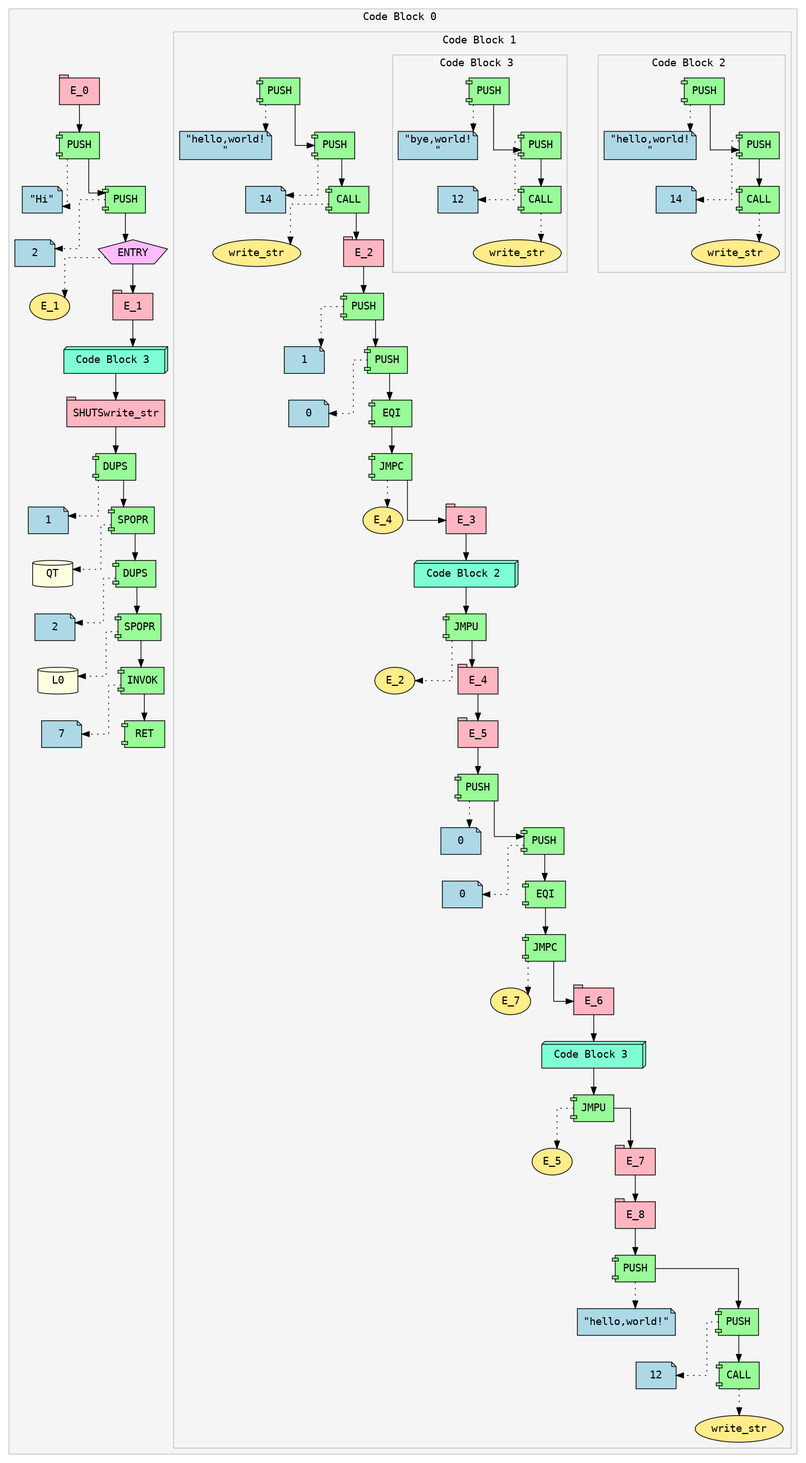
Before: ir.png, a diagram exported from Graphviz (Soham-Metha/IICT_Segfault_2025). Its source is kept beside it as ir.dot.
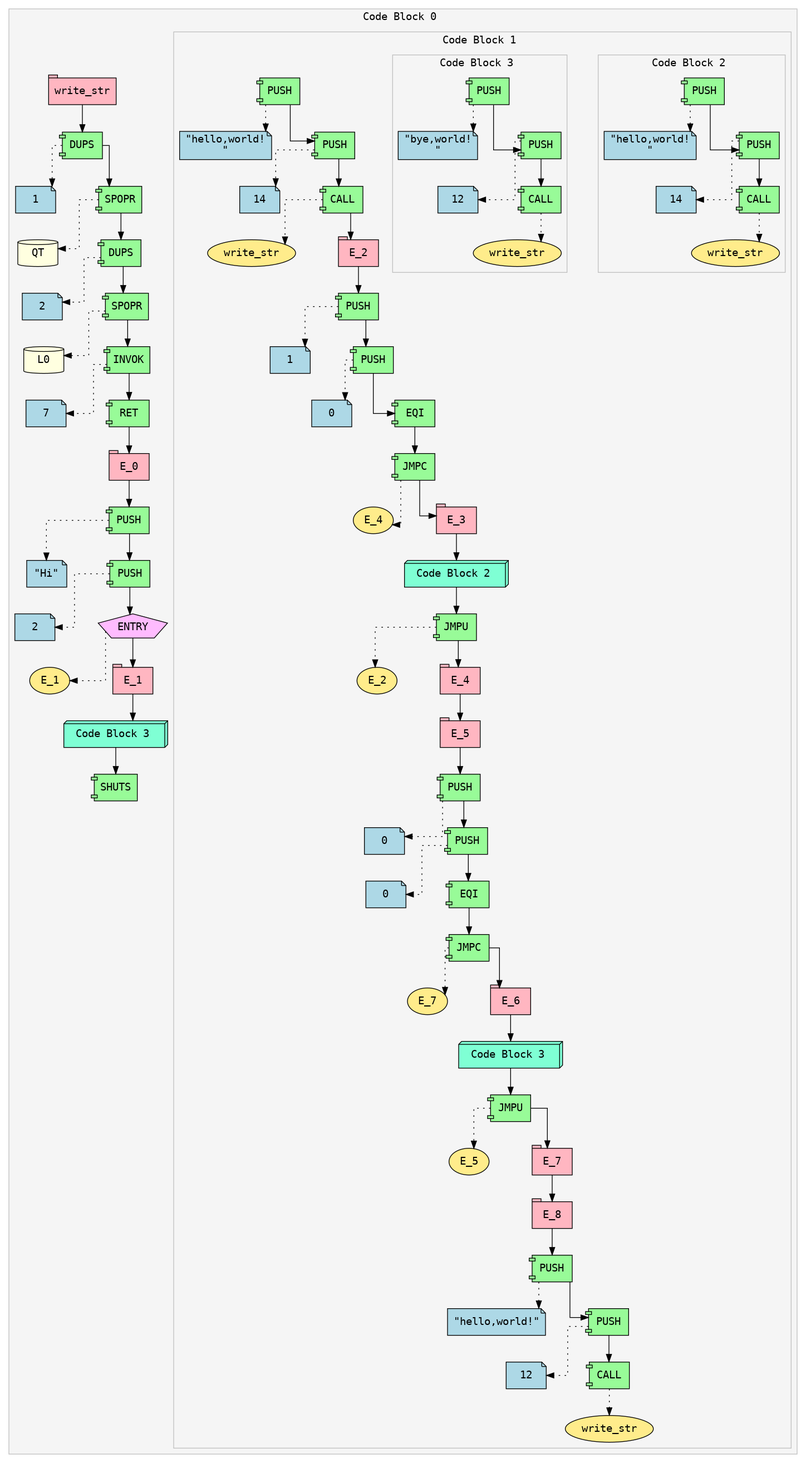
Above is the later version.

The edit, as a diff of the source:
```diff
@@ -8,166 +8,168 @@
 color=gray;
 fillcolor=whitesmoke;
 fontname="Courier";
-Expr_1 [shape=tab style=filled fillcolor=lightpink fontname="Courier" label="E_0"]
-Expr_2 [shape=component style=filled fillcolor=palegreen fontname="Courier" label="PUSH"]
-Expr_3 [shape=note style=filled fillcolor=lightblue fontname="Courier" label="\"Hi\""]
+Expr_1 [shape=tab style=filled fillcolor=lightpink fontname="Courier" label="write_str"]
+Expr_2 [shape=component style=filled fillcolor=palegreen fontname="Courier" label="DUPS"]
+Expr_3 [shape=note style=filled fillcolor=lightblue fontname="Courier" label="1"]
 Expr_2 -> Expr_3 [style=dotted]
 Expr_1 -> Expr_2;
-Expr_4 [shape=component style=filled fillcolor=palegreen fontname="Courier" label="PUSH"]
-Expr_5 [shape=note style=filled fillcolor=lightblue fontname="Courier" label="2"]
+Expr_4 [shape=component style=filled fillcolor=palegreen fontname="Courier" label="SPOPR"]
+Expr_5 [shape=cylinder style=filled fillcolor=lightyellow fontname="Courier" label="QT"]
 Expr_4 -> Expr_5 [style=dotted]
 Expr_2 -> Expr_4;
-Expr_6 [shape=pentagon style=filled fillcolor=plum1 fontname="Courier" label="ENTRY"]
-Expr_7 [shape=ellipse style=filled fillcolor=lightgoldenrod1 fontname="Courier" label="E_1"]
+Expr_6 [shape=component style=filled fillcolor=palegreen fontname="Courier" label="DUPS"]
+Expr_7 [shape=note style=filled fillcolor=lightblue fontname="Courier" label="2"]
 Expr_6 -> Expr_7 [style=dotted]
 Expr_4 -> Expr_6;
-Expr_8 [shape=tab style=filled fillcolor=lightpink fontname="Courier" label="E_1"]
+Expr_8 [shape=component style=filled fillcolor=palegreen fontname="Courier" label="SPOPR"]
+Expr_9 [shape=cylinder style=filled fillcolor=lightyellow fontname="Courier" label="L0"]
+Expr_8 -> Expr_9 [style=dotted]
 Expr_6 -> Expr_8;
-subgraph cluster_9 {
+Expr_10 [shape=component style=filled fillcolor=palegreen fontname="Courier" label="INVOK"]
+Expr_11 [shape=note style=filled fillcolor=lightblue fontname="Courier" label="7"]
+Expr_10 -> Expr_11 [style=dotted]
+Expr_8 -> Expr_10;
+Expr_12 [shape=component style=filled fillcolor=palegreen fontname="Courier" label="RET"]
+Expr_10 -> Expr_12;
+Expr_13 [shape=tab style=filled fillcolor=lightpink fontname="Courier" label="E_0"]
+Expr_12 -> Expr_13;
+Expr_14 [shape=component style=filled fillcolor=palegreen fontname="Courier" label="PUSH"]
+Expr_15 [shape=note style=filled fillcolor=lightblue fontname="Courier" label="\"Hi\""]
+Expr_14 -> Expr_15 [style=dotted]
+Expr_13 -> Expr_14;
+Expr_16 [shape=component style=filled fillcolor=palegreen fontname="Courier" label="PUSH"]
+Expr_17 [shape=note style=filled fillcolor=lightblue fontname="Courier" label="2"]
+Expr_16 -> Expr_17 [style=dotted]
+Expr_14 -> Expr_16;
+Expr_18 [shape=pentagon style=filled fillcolor=plum1 fontname="Courier" label="ENTRY"]
+Expr_19 [shape=ellipse style=filled fillcolor=lightgoldenrod1 fontname="Courier" label="E_1"]
+Expr_18 -> Expr_19 [style=dotted]
+Expr_16 -> Expr_18;
+Expr_20 [shape=tab style=filled fillcolor=lightpink fontname="Courier" label="E_1"]
+Expr_18 -> Expr_20;
+subgraph cluster_21 {
 label="Code Block 1 ";
 style=filled;
 color=gray;
 fillcolor=whitesmoke;
 fontname="Courier";
-Expr_10 [shape=component style=filled fillcolor=palegreen fontname="Courier" label="PUSH"]
-Expr_11 [shape=note style=filled fillcolor=lightblue fontname="Courier" label="\"hello,world!\n\""]
-Expr_10 -> Expr_11 [style=dotted]
-Expr_12 [shape=component style=filled fillcolor=palegreen fontname="Courier" label="PUSH"]
-Expr_13 [shape=note style=filled fillcolor=lightblue fontname="Courier" label="14"]
-Expr_12 -> Expr_13 [style=dotted]
-Expr_10 -> Expr_12;
-Expr_14 [shape=component style=filled fillcolor=palegreen fontname="Courier" label="CALL"]
-Expr_15 [shape=ellipse style=filled fillcolor=lightgoldenrod1 fontname="Courier" label="write_str"]
-Expr_14 -> Expr_15 [style=dotted]
-Expr_12 -> Expr_14;
-Expr_16 [shape=tab style=filled fillcolor=lightpink fontname="Courier" label="E_2"]
-Expr_14 -> Expr_16;
-Expr_17 [shape=component style=filled fillcolor=palegreen fontname="Courier" label="PUSH"]
-Expr_18 [shape=note style=filled fillcolor=lightblue fontname="Courier" label="1"]
-Expr_17 -> Expr_18 [style=dotted]
-Expr_16 -> Expr_17;
-Expr_19 [shape=component style=filled fillcolor=palegreen fontname="Courier" label="PUSH"]
-Expr_20 [shape=note style=filled fillcolor=lightblue fontname="Courier" label="0"]
-Expr_19 -> Expr_20 [style=dotted]
-Expr_17 -> Expr_19;
-Expr_21 [shape=component style=filled fillcolor=palegreen fontname="Courier" label="EQI"]
-Expr_19 -> Expr_21;
-Expr_22 [shape=component style=filled fillcolor=palegreen fontname="Courier" label="JMPC"]
-Expr_23 [shape=ellipse style=filled fillcolor=lightgoldenrod1 fontname="Courier" label="E_4"]
+Expr_22 [shape=component style=filled fillcolor=palegreen fontname="Courier" label="PUSH"]
+Expr_23 [shape=note style=filled fillcolor=lightblue fontname="Courier" label="\"hello,world!\n\""]
 Expr_22 -> Expr_23 [style=dotted]
-Expr_21 -> Expr_22;
-Expr_24 [shape=tab style=filled fillcolor=lightpink fontname="Courier" label="E_3"]
+Expr_24 [shape=component style=filled fillcolor=palegreen fontname="Courier" label="PUSH"]
+Expr_25 [shape=note style=filled fillcolor=lightblue fontname="Courier" label="14"]
+Expr_24 -> Expr_25 [style=dotted]
 Expr_22 -> Expr_24;
-subgraph cluster_25 {
+Expr_26 [shape=component style=filled fillcolor=palegreen fontname="Courier" label="CALL"]
+Expr_27 [shape=ellipse style=filled fillcolor=lightgoldenrod1 fontname="Courier" label="write_str"]
+Expr_26 -> Expr_27 [style=dotted]
+Expr_24 -> Expr_26;
+Expr_28 [shape=tab style=filled fillcolor=lightpink fontname="Courier" label="E_2"]
+Expr_26 -> Expr_28;
+Expr_29 [shape=component style=filled fillcolor=palegreen fontname="Courier" label="PUSH"]
+Expr_30 [shape=note style=filled fillcolor=lightblue fontname="Courier" label="1"]
+Expr_29 -> Expr_30 [style=dotted]
+Expr_28 -> Expr_29;
+Expr_31 [shape=component style=filled fillcolor=palegreen fontname="Courier" label="PUSH"]
+Expr_32 [shape=note style=filled fillcolor=lightblue fontname="Courier" label="0"]
+Expr_31 -> Expr_32 [style=dotted]
+Expr_29 -> Expr_31;
+Expr_33 [shape=component style=filled fillcolor=palegreen fontname="Courier" label="EQI"]
+Expr_31 -> Expr_33;
+Expr_34 [shape=component style=filled fillcolor=palegreen fontname="Courier" label="JMPC"]
+Expr_35 [shape=ellipse style=filled fillcolor=lightgoldenrod1 fontname="Courier" label="E_4"]
+Expr_34 -> Expr_35 [style=dotted]
+Expr_33 -> Expr_34;
+Expr_36 [shape=tab style=filled fillcolor=lightpink fontname="Courier" label="E_3"]
+Expr_34 -> Expr_36;
+subgraph cluster_37 {
 label="Code Block 2 ";
 style=filled;
 color=gray;
 fillcolor=whitesmoke;
 fontname="Courier";
-Expr_26 [shape=component style=filled fillcolor=palegreen fontname="Courier" label="PUSH"]
-Expr_27 [shape=note style=filled fillcolor=lightblue fontname="Courier" label="\"hello,world!\n\""]
-Expr_26 -> Expr_27 [style=dotted]
-Expr_28 [shape=component style=filled fillcolor=palegreen fontname="Courier" label="PUSH"]
-Expr_29 [shape=note style=filled fillcolor=lightblue fontname="Courier" label="14"]
-Expr_28 -> Expr_29 [style=dotted]
-Expr_26 -> Expr_28;
-Expr_30 [shape=component style=filled fillcolor=palegreen fontname="Courier" label="CALL"]
-Expr_31 [shape=ellipse style=filled fillcolor=lightgoldenrod1 fontname="Courier" label="write_str"]
-Expr_30 -> Expr_31 [style=dotted]
-Expr_28 -> Expr_30;
+Expr_38 [shape=component style=filled fillcolor=palegreen fontname="Courier" label="PUSH"]
+Expr_39 [shape=note style=filled fillcolor=lightblue fontname="Courier" label="\"hello,world!\n\""]
+Expr_38 -> Expr_39 [style=dotted]
+Expr_40 [shape=component style=filled fillcolor=palegreen fontname="Courier" label="PUSH"]
+Expr_41 [shape=note style=filled fillcolor=lightblue fontname="Courier" label="14"]
+Expr_40 -> Expr_41 [style=dotted]
+Expr_38 -> Expr_40;
+Expr_42 [shape=component style=filled fillcolor=palegreen fontname="Courier" label="CALL"]
+Expr_43 [shape=ellipse style=filled fillcolor=lightgoldenrod1 fontname="Courier" label="write_str"]
+Expr_42 -> Expr_43 [style=dotted]
+Expr_40 -> Expr_42;
 }
-Expr_25 [shape=box3d style=filled fillcolor=aquamarine fontname="Courier" label=" Code Block 2  "]
-Expr_24 -> Expr_25;
-Expr_32 [shape=component style=filled fillcolor=palegreen fontname="Courier" label="JMPU"]
-Expr_33 [shape=ellipse style=filled fillcolor=lightgoldenrod1 fontname="Courier" label="E_2"]
-Expr_32 -> Expr_33 [style=dotted]
-Expr_25 -> Expr_32;
-Expr_34 [shape=tab style=filled fillcolor=lightpink fontname="Courier" label="E_4"]
-Expr_32 -> Expr_34;
-Expr_35 [shape=tab style=filled fillcolor=lightpink fontname="Courier" label="E_5"]
-Expr_34 -> Expr_35;
-Expr_36 [shape=component style=filled fillcolor=palegreen fontname="Courier" label="PUSH"]
-Expr_37 [shape=note style=filled fillcolor=lightblue fontname="Courier" label="0"]
-Expr_36 -> Expr_37 [style=dotted]
-Expr_35 -> Expr_36;
-Expr_38 [shape=component style=filled fillcolor=palegreen fontname="Courier" label="PUSH"]
-Expr_39 [shape=note style=filled fillcolor=lightblue fontname="Courier" label="0"]
-Expr_38 -> Expr_39 [style=dotted]
-Expr_36 -> Expr_38;
-Expr_40 [shape=component style=filled fillcolor=palegreen fontname="Courier" label="EQI"]
-Expr_38 -> Expr_40;
-Expr_41 [shape=component style=filled fillcolor=palegreen fontname="Courier" label="JMPC"]
-Expr_42 [shape=ellipse style=filled fillcolor=lightgoldenrod1 fontname="Courier" label="E_7"]
-Expr_41 -> Expr_42 [style=dotted]
-Expr_40 -> Expr_41;
-Expr_43 [shape=tab style=filled fillcolor=lightpink fontname="Courier" label="E_6"]
-Expr_41 -> Expr_43;
-subgraph cluster_44 {
+Expr_37 [shape=box3d style=filled fillcolor=aquamarine fontname="Courier" label=" Code Block 2  "]
+Expr_36 -> Expr_37;
+Expr_44 [shape=component style=filled fillcolor=palegreen fontname="Courier" label="JMPU"]
+Expr_45 [shape=ellipse style=filled fillcolor=lightgoldenrod1 fontname="Courier" label="E_2"]
+Expr_44 -> Expr_45 [style=dotted]
+Expr_37 -> Expr_44;
+Expr_46 [shape=tab style=filled fillcolor=lightpink fontname="Courier" label="E_4"]
+Expr_44 -> Expr_46;
+Expr_47 [shape=tab style=filled fillcolor=lightpink fontname="Courier" label="E_5"]
+Expr_46 -> Expr_47;
+Expr_48 [shape=component style=filled fillcolor=palegreen fontname="Courier" label="PUSH"]
+Expr_49 [shape=note style=filled fillcolor=lightblue fontname="Courier" label="0"]
+Expr_48 -> Expr_49 [style=dotted]
+Expr_47 -> Expr_48;
+Expr_50 [shape=component style=filled fillcolor=palegreen fontname="Courier" label="PUSH"]
+Expr_51 [shape=note style=filled fillcolor=lightblue fontname="Courier" label="0"]
+Expr_50 -> Expr_51 [style=dotted]
+Expr_48 -> Expr_50;
+Expr_52 [shape=component style=filled fillcolor=palegreen fontname="Courier" label="EQI"]
+Expr_50 -> Expr_52;
+Expr_53 [shape=component style=filled fillcolor=palegreen fontname="Courier" label="JMPC"]
+Expr_54 [shape=ellipse style=filled fillcolor=lightgoldenrod1 fontname="Courier" label="E_7"]
+Expr_53 -> Expr_54 [style=dotted]
+Expr_52 -> Expr_53;
+Expr_55 [shape=tab style=filled fillcolor=lightpink fontname="Courier" label="E_6"]
+Expr_53 -> Expr_55;
+subgraph cluster_56 {
 label="Code Block 3 ";
 style=filled;
 color=gray;
 fillcolor=whitesmoke;
 fontname="Courier";
-Expr_45 [shape=component style=filled fillcolor=palegreen fontname="Courier" label="PUSH"]
-Expr_46 [shape=note style=filled fillcolor=lightblue fontname="Courier" label="\"bye,world!\n\""]
-Expr_45 -> Expr_46 [style=dotted]
-Expr_47 [shape=component style=filled fillcolor=palegreen fontname="Courier" label="PUSH"]
-Expr_48 [shape=note style=filled fillcolor=lightblue fontname="Courier" label="12"]
-Expr_47 -> Expr_48 [style=dotted]
-Expr_45 -> Expr_47;
-Expr_49 [shape=component style=filled fillcolor=palegreen fontname="Courier" label="CALL"]
-Expr_50 [shape=ellipse style=filled fillcolor=lightgoldenrod1 fontname="Courier" label="write_str"]
-Expr_49 -> Expr_50 [style=dotted]
-Expr_47 -> Expr_49;
-}
-Expr_44 [shape=box3d style=filled fillcolor=aquamarine fontname="Courier" label=" Code Block 3  "]
-Expr_43 -> Expr_44;
-Expr_51 [shape=component style=filled fillcolor=palegreen fontname="Courier" label="JMPU"]
-Expr_52 [shape=ellipse style=filled fillcolor=lightgoldenrod1 fontname="Courier" label="E_5"]
-Expr_51 -> Expr_52 [style=dotted]
-Expr_44 -> Expr_51;
-Expr_53 [shape=tab style=filled fillcolor=lightpink fontname="Courier" label="E_7"]
-Expr_51 -> Expr_53;
-Expr_54 [shape=tab style=filled fillcolor=lightpink fontname="Courier" label="E_8"]
-Expr_53 -> Expr_54;
-Expr_55 [shape=component style=filled fillcolor=palegreen fontname="Courier" label="PUSH"]
-Expr_56 [shape=note style=filled fillcolor=lightblue fontname="Courier" label="\"hello,world!\""]
-Expr_55 -> Expr_56 [style=dotted]
-Expr_54 -> Expr_55;
 Expr_57 [shape=component style=filled fillcolor=palegreen fontname="Courier" label="PUSH"]
-Expr_58 [shape=note style=filled fillcolor=lightblue fontname="Courier" label="12"]
+Expr_58 [shape=note style=filled fillcolor=lightblue fontname="Courier" label="\"bye,world!\n\""]
 Expr_57 -> Expr_58 [style=dotted]
-Expr_55 -> Expr_57;
-Expr_59 [shape=component style=filled fillcolor=palegreen fontname="Courier" label="CALL"]
-Expr_60 [shape=ellipse style=filled fillcolor=lightgoldenrod1 fontname="Courier" label="write_str"]
+Expr_59 [shape=component style=filled fillcolor=palegreen fontname="Courier" label="PUSH"]
+Expr_60 [shape=note style=filled fillcolor=lightblue fontname="Courier" label="12"]
 Expr_59 -> Expr_60 [style=dotted]
 Expr_57 -> Expr_59;
+Expr_61 [shape=component style=filled fillcolor=palegreen fontname="Courier" label="CALL"]
+Expr_62 [shape=ellipse style=filled fillcolor=lightgoldenrod1 fontname="Courier" label="write_str"]
+Expr_61 -> Expr_62 [style=dotted]
+Expr_59 -> Expr_61;
 }
-Expr_9 [shape=box3d style=filled fillcolor=aquamarine fontname="Courier" label=" Code Block 3  "]
-Expr_8 -> Expr_9;
-Expr_61 [shape=tab style=filled fillcolor=lightpink fontname="Courier" label="SHUTSwrite_str"]
-Expr_9 -> Expr_61;
-Expr_62 [shape=component style=filled fillcolor=palegreen fontname="Courier" label="DUPS"]
-Expr_63 [shape=note style=filled fillcolor=lightblue fontname="Courier" label="1"]
-Expr_62 -> Expr_63 [style=dotted]
-Expr_61 -> Expr_62;
-Expr_64 [shape=component style=filled fillcolor=palegreen fontname="Courier" label="SPOPR"]
-Expr_65 [shape=cylinder style=filled fillcolor=lightyellow fontname="Courier" label="QT"]
-Expr_64 -> Expr_65 [style=dotted]
-Expr_62 -> Expr_64;
-Expr_66 [shape=component style=filled fillcolor=palegreen fontname="Courier" label="DUPS"]
-Expr_67 [shape=note style=filled fillcolor=lightblue fontname="Courier" label="2"]
-Expr_66 -> Expr_67 [style=dotted]
-Expr_64 -> Expr_66;
-Expr_68 [shape=component style=filled fillcolor=palegreen fontname="Courier" label="SPOPR"]
-Expr_69 [shape=cylinder style=filled fillcolor=lightyellow fontname="Courier" label="L0"]
-Expr_68 -> Expr_69 [style=dotted]
-Expr_66 -> Expr_68;
-Expr_70 [shape=component style=filled fillcolor=palegreen fontname="Courier" label="INVOK"]
-Expr_71 [shape=note style=filled fillcolor=lightblue fontname="Courier" label="7"]
-Expr_70 -> Expr_71 [style=dotted]
-Expr_68 -> Expr_70;
-Expr_72 [shape=component style=filled fillcolor=palegreen fontname="Courier" label="RET"]
-Expr_70 -> Expr_72;
+Expr_56 [shape=box3d style=filled fillcolor=aquamarine fontname="Courier" label=" Code Block 3  "]
+Expr_55 -> Expr_56;
+Expr_63 [shape=component style=filled fillcolor=palegreen fontname="Courier" label="JMPU"]
+Expr_64 [shape=ellipse style=filled fillcolor=lightgoldenrod1 fontname="Courier" label="E_5"]
+Expr_63 -> Expr_64 [style=dotted]
+Expr_56 -> Expr_63;
+Expr_65 [shape=tab style=filled fillcolor=lightpink fontname="Courier" label="E_7"]
+Expr_63 -> Expr_65;
+Expr_66 [shape=tab style=filled fillcolor=lightpink fontname="Courier" label="E_8"]
+Expr_65 -> Expr_66;
+Expr_67 [shape=component style=filled fillcolor=palegreen fontname="Courier" label="PUSH"]
+Expr_68 [shape=note style=filled fillcolor=lightblue fontname="Courier" label="\"hello,world!\""]
+Expr_67 -> Expr_68 [style=dotted]
+Expr_66 -> Expr_67;
+Expr_69 [shape=component style=filled fillcolor=palegreen fontname="Courier" label="PUSH"]
+Expr_70 [shape=note style=filled fillcolor=lightblue fontname="Courier" label="12"]
+Expr_69 -> Expr_70 [style=dotted]
+Expr_67 -> Expr_69;
+Expr_71 [shape=component style=filled fillcolor=palegreen fontname="Courier" label="CALL"]
+Expr_72 [shape=ellipse style=filled fillcolor=lightgoldenrod1 fontname="Courier" label="write_str"]
+Expr_71 -> Expr_72 [style=dotted]
+Expr_69 -> Expr_71;
+}
+Expr_21 [shape=box3d style=filled fillcolor=aquamarine fontname="Courier" label=" Code Block 3  "]
+Expr_20 -> Expr_21;
+Expr_73 [shape=component style=filled fillcolor=palegreen fontname="Courier" label="SHUTS"]
+Expr_21 -> Expr_73;
 }
 }
```
